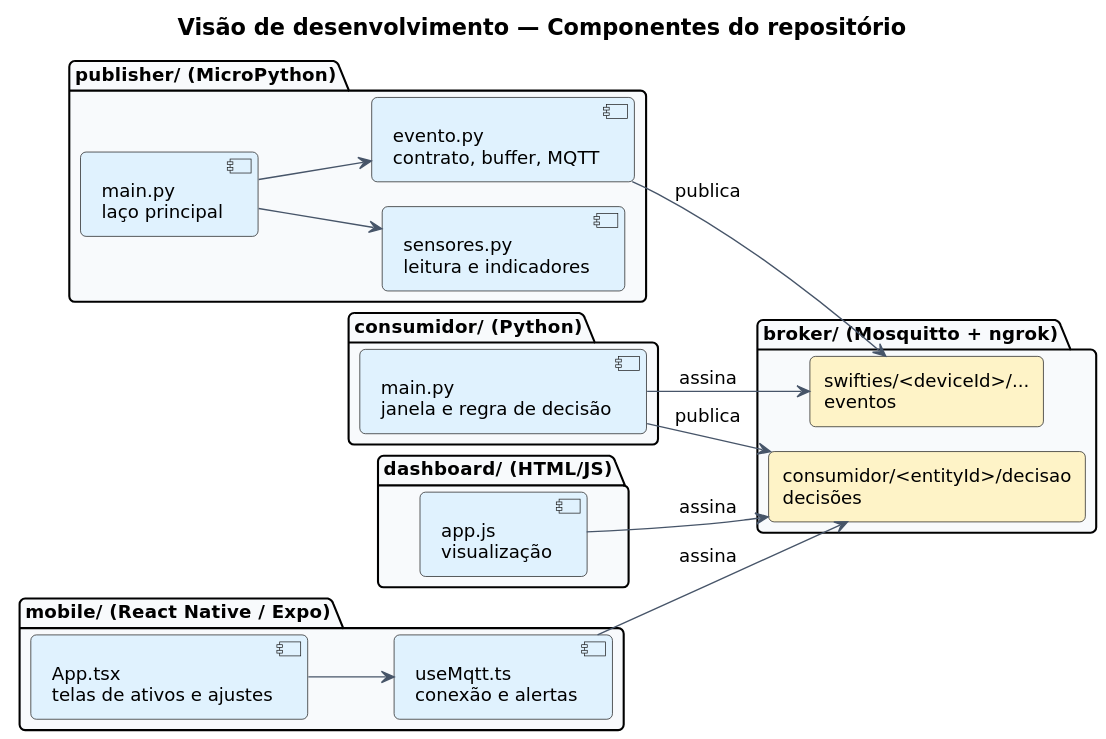
Above: docs/diagramas/svg/desenvolvimento.svg in UFG-INF-SSU-2026/swifties (PlantUML), before the change.
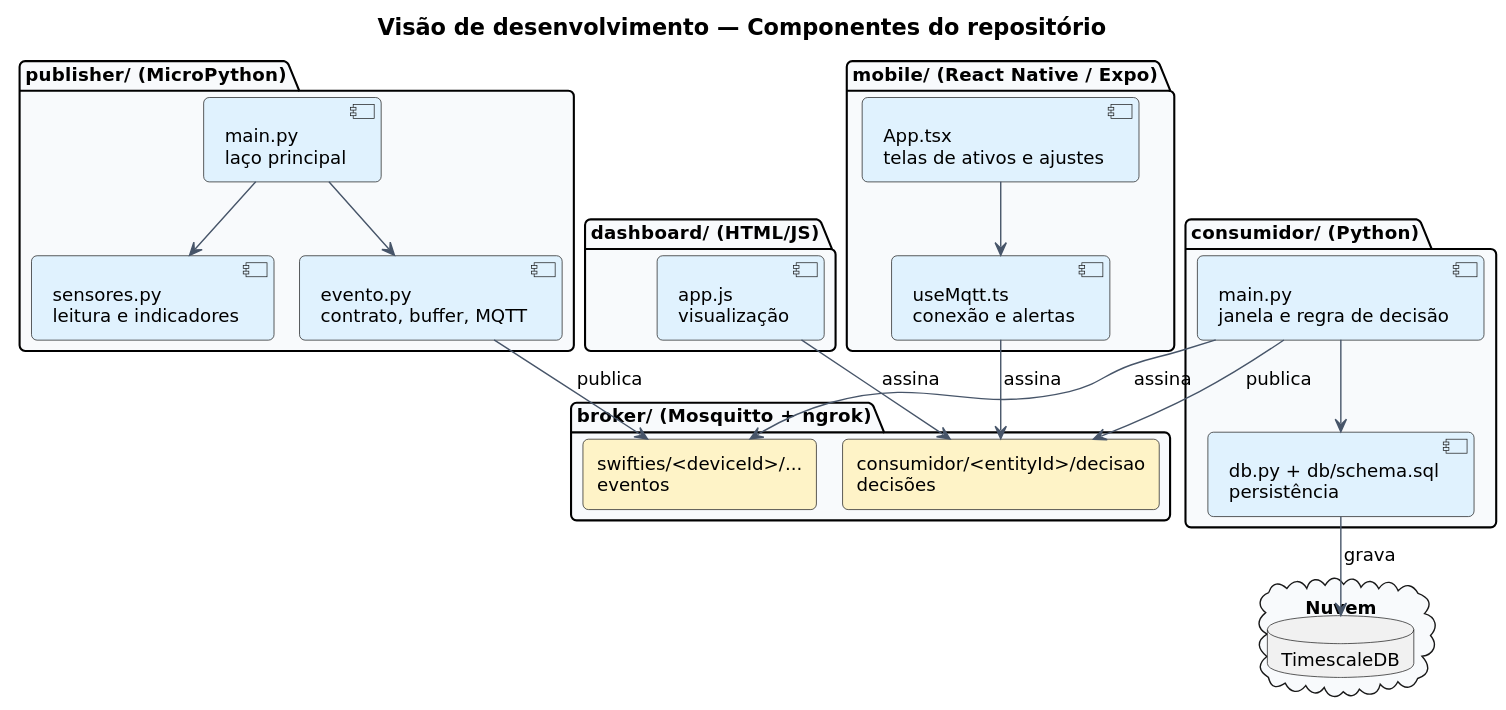
Above is the later version.

Commit message:
docs: inclui a persistência no TimescaleDB

Diff of the diagram source:
```diff
@@ -1,7 +1,6 @@
 @startuml
 !include _estilo.iuml
 title Visão de desenvolvimento — Componentes do repositório
-left to right direction
 
 package "publisher/  (MicroPython)" {
   component "main.py\nlaço principal" as PMain
@@ -18,6 +17,8 @@
 
 package "consumidor/  (Python)" {
   component "main.py\njanela e regra de decisão" as CMain
+  component "db.py + db/schema.sql\npersistência" as CDb
+  CMain --> CDb
 }
 
 package "dashboard/  (HTML/JS)" {
@@ -30,6 +31,11 @@
   MUi --> MApp
 }
 
+cloud "Nuvem" {
+  database "TimescaleDB" as TSDB
+}
+CDb --> TSDB : grava
+
 PEv --> T1 : publica
 CMain --> T1 : assina
 CMain --> T2 : publica
```
